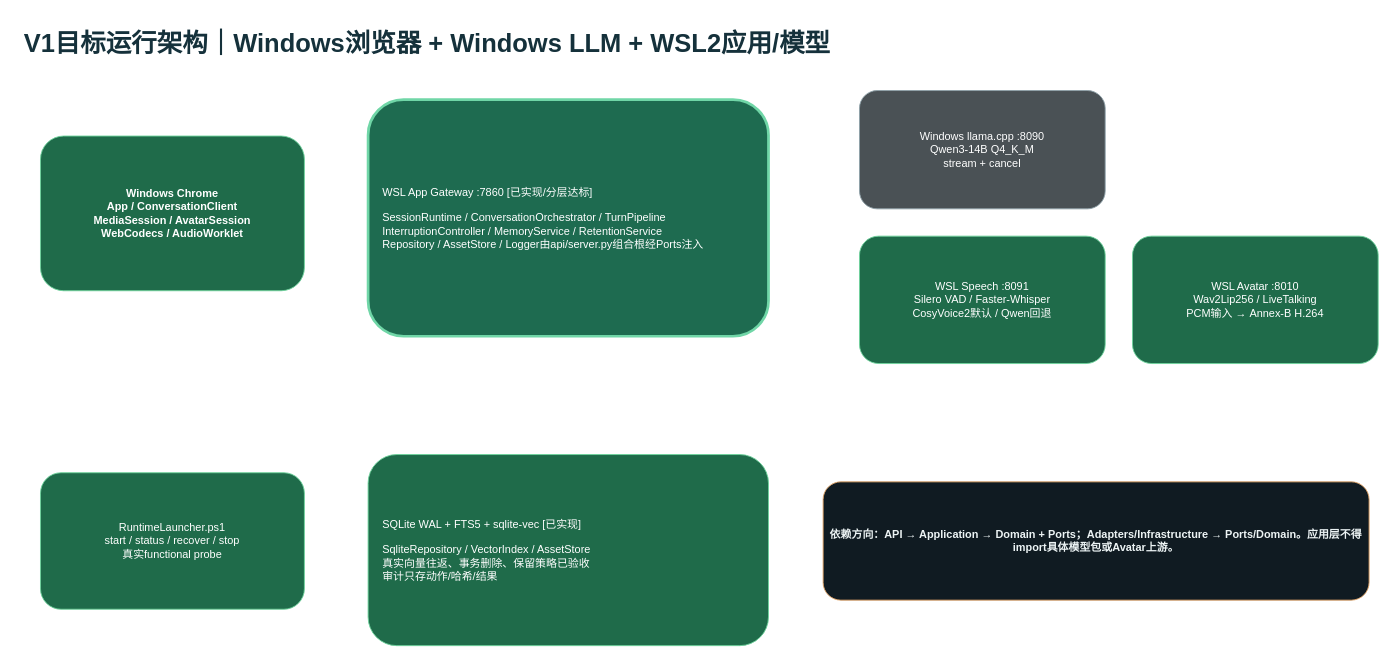
Before: page "03-V1目标运行架构" (3 of 8) of docs/cyberWife-b3-b5-delivery-gap.drawio in ljx418/cyberWife, a draw.io diagram. Source tidied: cells renumbered, new cells numbered last; positions are measured from the earlier drawing's top-left corner, leaving out a move shared by most shapes. Both pictures are drawn from the tidied source at 91%, with x=0, y=0 at pixel (22, 22).
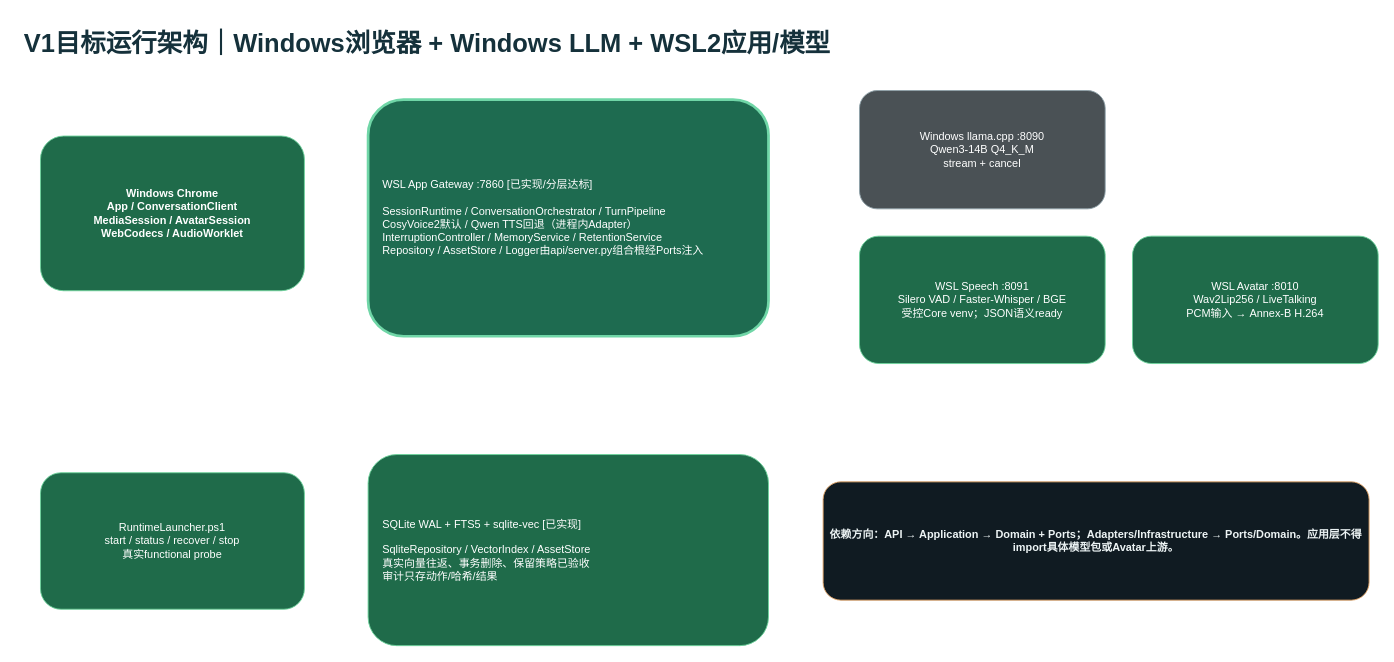
After the change.

Diff of the diagram source:
```diff
@@
 <mxGraphModel>
   <root>
     <mxCell id="0" />
     <mxCell id="1" parent="0" />
     <mxCell id="2" value="V1目标运行架构｜Windows浏览器 + Windows LLM + WSL2应用/模型" style="text;html=1;fontSize=28;fontStyle=1;fontColor=#15313B;" parent="1" vertex="1">
       <mxGeometry width="1400" height="55" as="geometry" />
     </mxCell>
     <mxCell id="3" value="Windows Chrome&#10;App / ConversationClient&#10;MediaSession / AvatarSession&#10;WebCodecs / AudioWorklet" style="rounded=1;html=1;whiteSpace=wrap;fillColor=#1F6B4A;strokeColor=#6ED39C;fontColor=#FFFFFF;fontStyle=1;" parent="1" vertex="1">
       <mxGeometry x="20" y="125" width="290" height="170" as="geometry" />
     </mxCell>
-    <mxCell id="4" value="WSL App Gateway :7860 [已实现/分层达标]&#10;&#10;SessionRuntime / ConversationOrchestrator / TurnPipeline&#10;InterruptionController / MemoryService / RetentionService&#10;Repository / AssetStore / Logger由api/server.py组合根经Ports注入" style="rounded=1;html=1;whiteSpace=wrap;fillColor=#1E6B50;strokeColor=#70D6A7;strokeWidth=3;fontColor=#FFFFFF;align=left;spacing=16;" parent="1" vertex="1">
+    <mxCell id="4" value="WSL App Gateway :7860 [已实现/分层达标]&#10;&#10;SessionRuntime / ConversationOrchestrator / TurnPipeline&#10;CosyVoice2默认 / Qwen TTS回退（进程内Adapter）&#10;InterruptionController / MemoryService / RetentionService&#10;Repository / AssetStore / Logger由api/server.py组合根经Ports注入" style="rounded=1;html=1;whiteSpace=wrap;fillColor=#1E6B50;strokeColor=#70D6A7;strokeWidth=3;fontColor=#FFFFFF;align=left;spacing=16;" parent="1" vertex="1">
       <mxGeometry x="380" y="85" width="440" height="260" as="geometry" />
     </mxCell>
     <mxCell id="5" value="Windows llama.cpp :8090&#10;Qwen3-14B Q4_K_M&#10;stream + cancel" style="rounded=1;html=1;whiteSpace=wrap;fillColor=#4A5155;strokeColor=#8EA0A8;fontColor=#FFFFFF;" parent="1" vertex="1">
       <mxGeometry x="920" y="75" width="270" height="130" as="geometry" />
     </mxCell>
-    <mxCell id="6" value="WSL Speech :8091&#10;Silero VAD / Faster-Whisper&#10;CosyVoice2默认 / Qwen回退" style="rounded=1;html=1;whiteSpace=wrap;fillColor=#1F6B4A;strokeColor=#6ED39C;fontColor=#FFFFFF;" parent="1" vertex="1">
+    <mxCell id="6" value="WSL Speech :8091&#10;Silero VAD / Faster-Whisper / BGE&#10;受控Core venv；JSON语义ready" style="rounded=1;html=1;whiteSpace=wrap;fillColor=#1F6B4A;strokeColor=#6ED39C;fontColor=#FFFFFF;" parent="1" vertex="1">
       <mxGeometry x="920" y="235" width="270" height="140" as="geometry" />
     </mxCell>
     <mxCell id="7" value="WSL Avatar :8010&#10;Wav2Lip256 / LiveTalking&#10;PCM输入 → Annex-B H.264" style="rounded=1;html=1;whiteSpace=wrap;fillColor=#1F6B4A;strokeColor=#6ED39C;fontColor=#FFFFFF;" parent="1" vertex="1">
       <mxGeometry x="1220" y="235" width="270" height="140" as="geometry" />
     </mxCell>
     <mxCell id="8" value="SQLite WAL + FTS5 + sqlite-vec [已实现]&#10;&#10;SqliteRepository / VectorIndex / AssetStore&#10;真实向量往返、事务删除、保留策略已验收&#10;审计只存动作/哈希/结果" style="rounded=1;html=1;whiteSpace=wrap;fillColor=#1F6B4A;strokeColor=#6ED39C;fontColor=#FFFFFF;align=left;spacing=16;" parent="1" vertex="1">
       <mxGeometry x="380" y="475" width="440" height="210" as="geometry" />
     </mxCell>
     <mxCell id="9" value="RuntimeLauncher.ps1&#10;start / status / recover / stop&#10;真实functional probe" style="rounded=1;html=1;whiteSpace=wrap;fillColor=#1F6B4A;strokeColor=#6ED39C;fontColor=#FFFFFF;" parent="1" vertex="1">
       <mxGeometry x="20" y="495" width="290" height="150" as="geometry" />
     </mxCell>
     <mxCell id="10" value="依赖方向：API → Application → Domain + Ports；Adapters/Infrastructure → Ports/Domain。应用层不得import具体模型包或Avatar上游。" style="rounded=1;html=1;whiteSpace=wrap;fillColor=#101B22;strokeColor=#E4A668;fontColor=#EDF4F5;fontStyle=1;" parent="1" vertex="1">
       <mxGeometry x="880" y="505" width="600" height="130" as="geometry" />
     </mxCell>
     <mxCell id="11" style="edgeStyle=orthogonalEdgeStyle;strokeColor=#62B6BC;endArrow=block;" parent="1" edge="1" source="3" target="4" />
     <mxCell id="12" style="edgeStyle=orthogonalEdgeStyle;strokeColor=#8AA0A9;endArrow=block;" parent="1" edge="1" source="4" target="5" />
     <mxCell id="13" style="edgeStyle=orthogonalEdgeStyle;strokeColor=#8AA0A9;endArrow=block;" parent="1" edge="1" source="4" target="6" />
     <mxCell id="14" style="edgeStyle=orthogonalEdgeStyle;strokeColor=#8AA0A9;endArrow=block;" parent="1" edge="1" source="4" target="7" />
     <mxCell id="15" style="edgeStyle=orthogonalEdgeStyle;strokeColor=#62B6BC;endArrow=block;" parent="1" edge="1" source="4" target="8" />
     <mxCell id="16" style="edgeStyle=orthogonalEdgeStyle;strokeColor=#6ED39C;endArrow=block;" parent="1" edge="1" source="9" target="4" />
   </root>
 </mxGraphModel>
```
